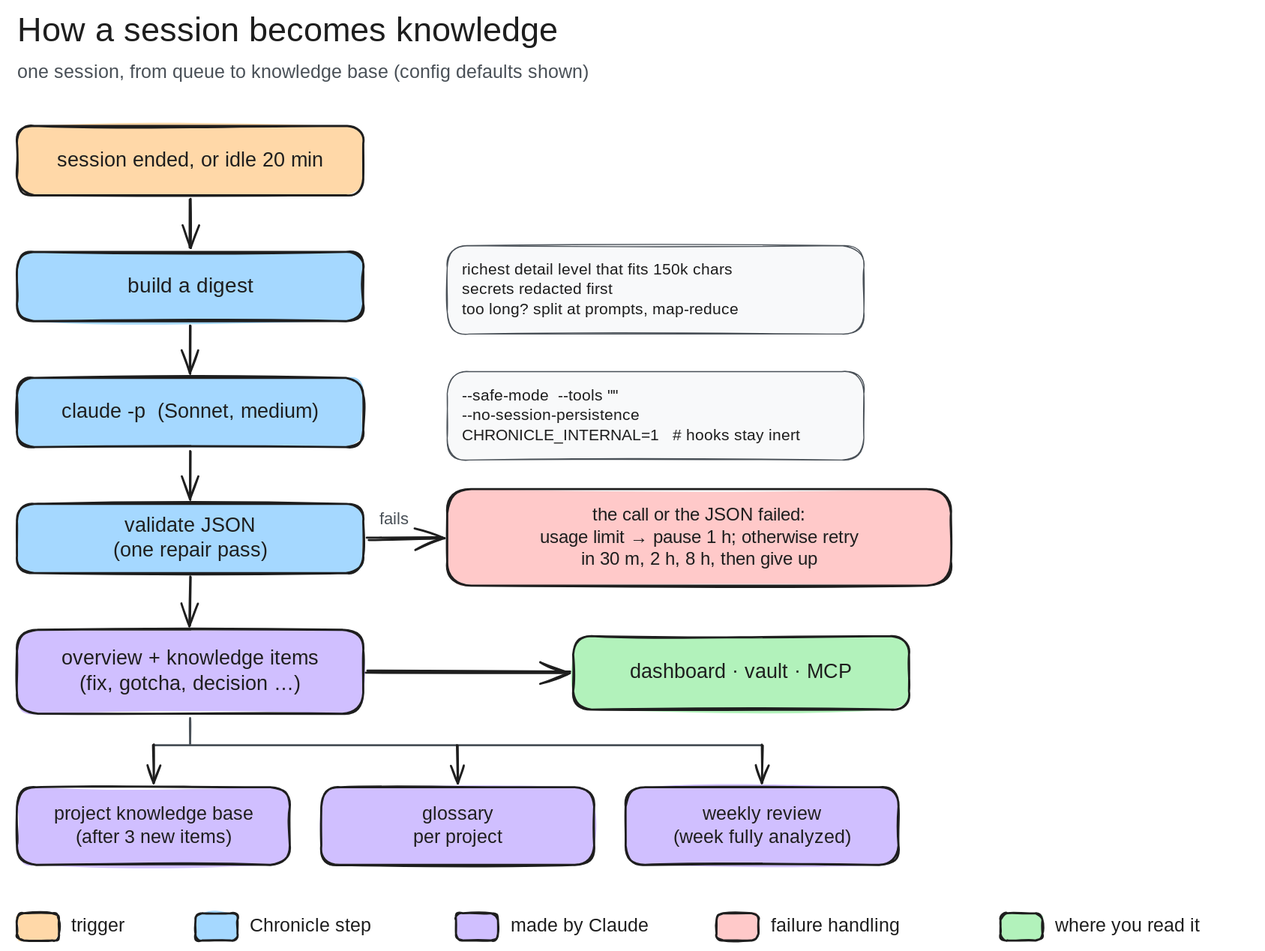
Above: docs/diagrams/analysis.excalidraw.svg in Chatixia-AI/agents-chronicle (Excalidraw), before the change. Source tidied: one line per element, renumbered; positions are measured from the earlier drawing's top-left corner, leaving out a move shared by most shapes.
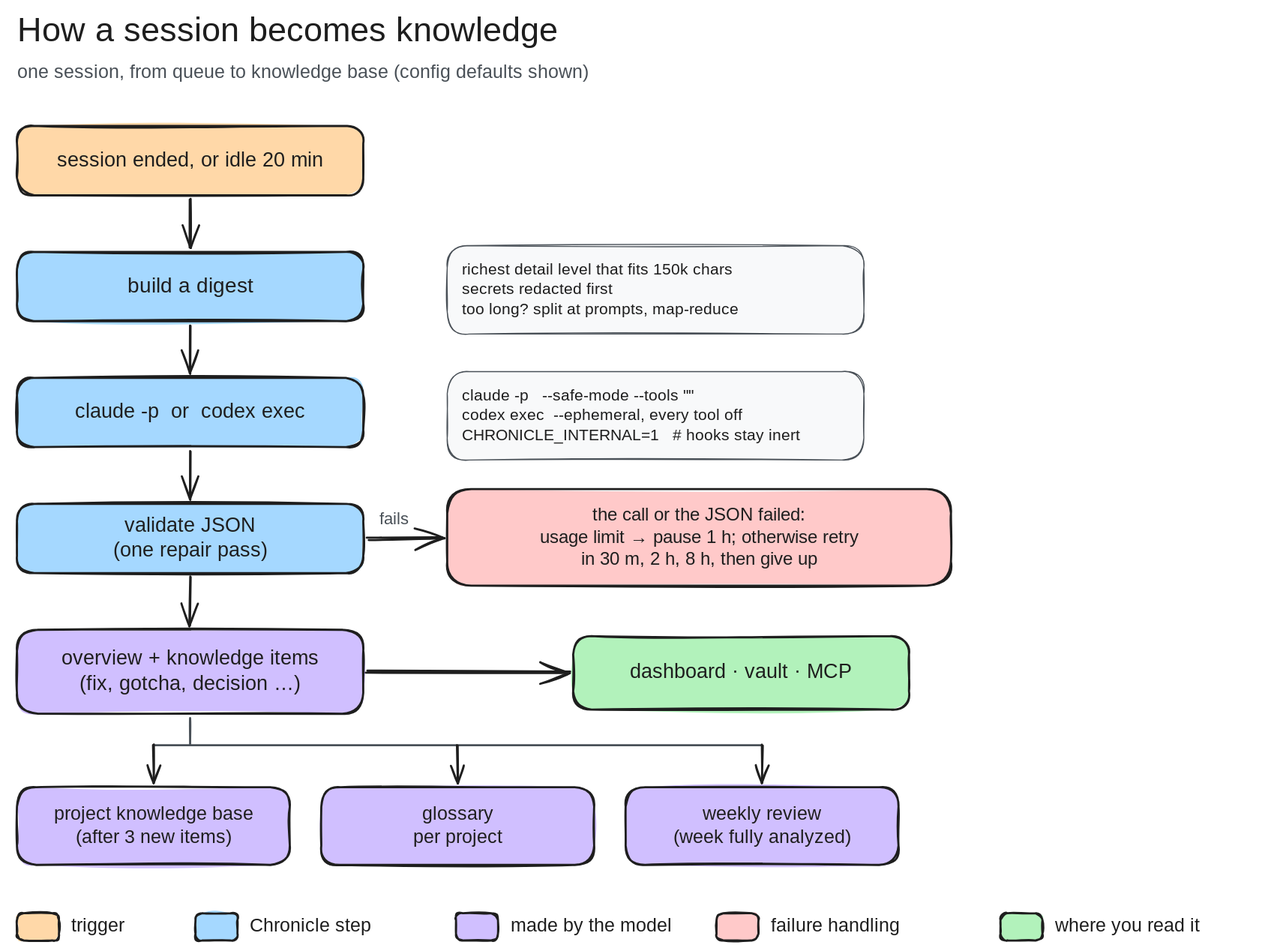
Above is the later version.

Change to the diagram source:
```diff
@@ -5,7 +5,7 @@
 {"id": 4, "type": "rectangle", "strokeColor": "#1e1e1e", "backgroundColor": "#a5d8ff", "fillStyle": "solid", "strokeWidth": 2, "roughness": 1, "round": true, "x": 6, "y": 230, "width": 330, "height": 66}
 {"id": 5, "type": "text", "text": "build a digest", "strokeColor": "#1e1e1e", "strokeWidth": 2, "roughness": 1, "fontSize": 20, "fontFamily": 1, "textAlign": "center", "verticalAlign": "middle", "inside": 4, "x": 84, "y": 250, "width": 174, "height": 25}
 {"id": 6, "type": "rectangle", "strokeColor": "#1e1e1e", "backgroundColor": "#a5d8ff", "fillStyle": "solid", "strokeWidth": 2, "roughness": 1, "round": true, "x": 6, "y": 350, "width": 330, "height": 66}
-{"id": 7, "type": "text", "text": "claude -p  (Sonnet, medium)", "strokeColor": "#1e1e1e", "strokeWidth": 2, "roughness": 1, "fontSize": 19, "fontFamily": 1, "textAlign": "center", "verticalAlign": "middle", "inside": 6, "x": 12, "y": 371, "width": 318, "height": 24}
+{"id": 7, "type": "text", "text": "claude -p  or  codex exec", "strokeColor": "#1e1e1e", "strokeWidth": 2, "roughness": 1, "fontSize": 19, "fontFamily": 1, "textAlign": "center", "verticalAlign": "middle", "inside": 6, "x": 24, "y": 371, "width": 294, "height": 24}
 {"id": 8, "type": "rectangle", "strokeColor": "#1e1e1e", "backgroundColor": "#a5d8ff", "fillStyle": "solid", "strokeWidth": 2, "roughness": 1, "round": true, "x": 6, "y": 470, "width": 330, "height": 66}
 {"id": 9, "type": "text", "text": "validate JSON\n(one repair pass)", "strokeColor": "#1e1e1e", "strokeWidth": 2, "roughness": 1, "fontSize": 19, "fontFamily": 1, "textAlign": "center", "verticalAlign": "middle", "inside": 8, "x": 71, "y": 479, "width": 200, "height": 48}
 {"id": 10, "type": "rectangle", "strokeColor": "#1e1e1e", "backgroundColor": "#d0bfff", "fillStyle": "solid", "strokeWidth": 2, "roughness": 1, "round": true, "x": 6, "y": 590, "width": 330, "height": 80}
@@ -17,7 +17,7 @@
 {"id": 16, "type": "rectangle", "strokeColor": "#495057", "backgroundColor": "#f8f9fa", "fillStyle": "solid", "strokeWidth": 1, "roughness": 1, "round": true, "x": 416, "y": 224, "width": 397, "height": 84}
 {"id": 17, "type": "text", "text": "richest detail level that fits 150k chars\nsecrets redacted first\ntoo long? split at prompts, map-reduce", "strokeColor": "#1e1e1e", "strokeWidth": 2, "roughness": 1, "fontSize": 15, "fontFamily": 3, "x": 430, "y": 238, "width": 369, "height": 56}
 {"id": 18, "type": "rectangle", "strokeColor": "#495057", "backgroundColor": "#f8f9fa", "fillStyle": "solid", "strokeWidth": 1, "roughness": 1, "round": true, "x": 416, "y": 344, "width": 397, "height": 84}
-{"id": 19, "type": "text", "text": "--safe-mode  --tools \"\"\n--no-session-persistence\nCHRONICLE_INTERNAL=1   # hooks stay inert", "strokeColor": "#1e1e1e", "strokeWidth": 2, "roughness": 1, "fontSize": 15, "fontFamily": 3, "x": 430, "y": 358, "width": 369, "height": 56}
+{"id": 19, "type": "text", "text": "claude -p   --safe-mode --tools \"\"\ncodex exec  --ephemeral, every tool off\nCHRONICLE_INTERNAL=1   # hooks stay inert", "strokeColor": "#1e1e1e", "strokeWidth": 2, "roughness": 1, "fontSize": 15, "fontFamily": 3, "x": 430, "y": 358, "width": 369, "height": 56}
 {"id": 20, "type": "rectangle", "strokeColor": "#1e1e1e", "backgroundColor": "#ffc9c9", "fillStyle": "solid", "strokeWidth": 2, "roughness": 1, "round": true, "x": 416, "y": 456, "width": 480, "height": 92}
 {"id": 21, "type": "text", "text": "the call or the JSON failed:\nusage limit → pause 1 h; otherwise retry\nin 30 m, 2 h, 8 h, then give up", "strokeColor": "#1e1e1e", "strokeWidth": 2, "roughness": 1, "fontSize": 17, "fontFamily": 1, "textAlign": "center", "verticalAlign": "middle", "inside": 20, "x": 445, "y": 470, "width": 422, "height": 64}
 {"id": 22, "type": "arrow", "strokeColor": "#1e1e1e", "strokeWidth": 2, "roughness": 1, "endArrowhead": "arrow", "round": true, "from": 8, "to": 20, "x": 340, "y": 503, "width": 72, "height": 0, "points": [[0, 0], [72, 0]]}
@@ -41,7 +41,7 @@
 {"id": 40, "type": "rectangle", "strokeColor": "#1e1e1e", "backgroundColor": "#a5d8ff", "fillStyle": "solid", "strokeWidth": 2, "roughness": 1, "round": true, "x": 176, "y": 860, "width": 40, "height": 26}
 {"id": 41, "type": "text", "text": "Chronicle step", "strokeColor": "#1e1e1e", "strokeWidth": 2, "roughness": 1, "fontSize": 18, "fontFamily": 1, "x": 228, "y": 861, "width": 156, "height": 22}
 {"id": 42, "type": "rectangle", "strokeColor": "#1e1e1e", "backgroundColor": "#d0bfff", "fillStyle": "solid", "strokeWidth": 2, "roughness": 1, "round": true, "x": 424, "y": 860, "width": 40, "height": 26}
-{"id": 43, "type": "text", "text": "made by Claude", "strokeColor": "#1e1e1e", "strokeWidth": 2, "roughness": 1, "fontSize": 18, "fontFamily": 1, "x": 476, "y": 861, "width": 156, "height": 22}
+{"id": 43, "type": "text", "text": "made by the model", "strokeColor": "#1e1e1e", "strokeWidth": 2, "roughness": 1, "fontSize": 18, "fontFamily": 1, "x": 476, "y": 861, "width": 190, "height": 22}
 {"id": 44, "type": "rectangle", "strokeColor": "#1e1e1e", "backgroundColor": "#ffc9c9", "fillStyle": "solid", "strokeWidth": 2, "roughness": 1, "round": true, "x": 672, "y": 860, "width": 40, "height": 26}
 {"id": 45, "type": "text", "text": "failure handling", "strokeColor": "#1e1e1e", "strokeWidth": 2, "roughness": 1, "fontSize": 18, "fontFamily": 1, "x": 724, "y": 861, "width": 179, "height": 22}
 {"id": 46, "type": "rectangle", "strokeColor": "#1e1e1e", "backgroundColor": "#b2f2bb", "fillStyle": "solid", "strokeWidth": 2, "roughness": 1, "round": true, "x": 943, "y": 860, "width": 40, "height": 26}
```
